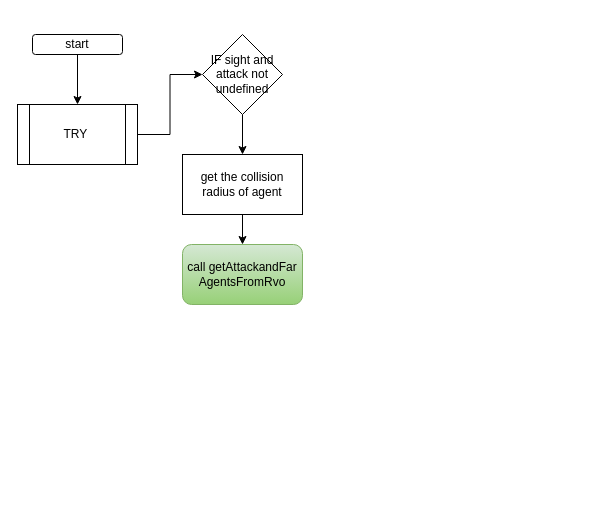
Earlier version of the draw.io diagram agentSearch/searchTarget.drawio (sivagit/diagrams). Source tidied: cells renumbered, new cells numbered last; positions are measured from the earlier drawing's top-left corner, leaving out a move shared by most shapes. Both pictures are drawn from the tidied source at 100%, with x=0, y=0 at pixel (17, 34).
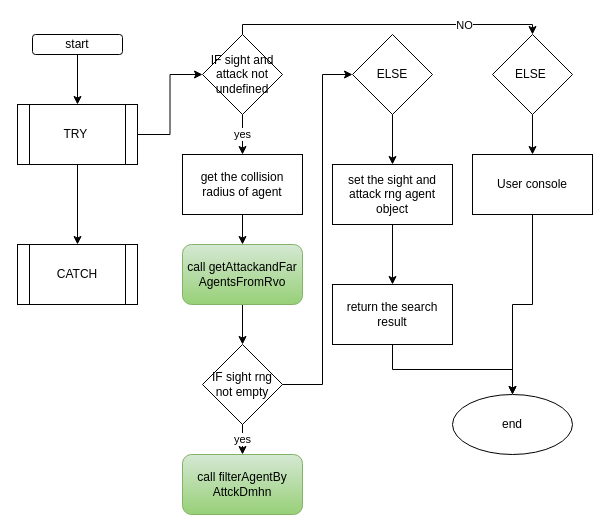
After the change.

The change refers to these unchanged cells:
```xml
<mxCell id="5" value="TRY&amp;nbsp;" style="shape=process;whiteSpace=wrap;html=1;backgroundOutline=1;" parent="1" vertex="1">
  <mxGeometry y="70" width="120" height="60" as="geometry" />
</mxCell>
<mxCell id="7" value="IF sight and attack not undefined" style="rhombus;whiteSpace=wrap;html=1;" parent="1" vertex="1">
  <mxGeometry x="185" width="80" height="80" as="geometry" />
</mxCell>
<mxCell id="9" value="get the collision radius of agent" style="whiteSpace=wrap;html=1;" parent="1" vertex="1">
  <mxGeometry x="165" y="120" width="120" height="60" as="geometry" />
</mxCell>
<mxCell id="10" value="call&amp;nbsp;getAttackandFar&lt;br&gt;AgentsFromRvo" style="rounded=1;whiteSpace=wrap;html=1;fillColor=#d5e8d4;gradientColor=#97d077;strokeColor=#82b366;" parent="1" vertex="1">
  <mxGeometry x="165" y="210" width="120" height="60" as="geometry" />
</mxCell>
```

Diff of the diagram source:
```diff
@@
+    <mxCell id="11" style="edgeStyle=orthogonalEdgeStyle;rounded=0;jettySize=auto;html=1;" parent="1" edge="1" source="5" target="30">
+      <mxGeometry relative="1" as="geometry" />
+    </mxCell>
@@
-    <mxCell id="6" style="edgeStyle=orthogonalEdgeStyle;rounded=0;jettySize=auto;html=1;" parent="1" edge="1" source="7" target="9">
+    <mxCell id="6" value="yes" style="edgeStyle=orthogonalEdgeStyle;rounded=0;jettySize=auto;html=1;" parent="1" edge="1" source="7" target="9">
       <mxGeometry relative="1" as="geometry" />
     </mxCell>
+    <mxCell id="12" style="edgeStyle=orthogonalEdgeStyle;rounded=0;jettySize=auto;html=1;" parent="1" edge="1" source="7" target="26">
+      <mxGeometry relative="1" as="geometry">
+        <Array as="points">
+          <mxPoint x="225" y="-10" />
+          <mxPoint x="515" y="-10" />
+        </Array>
+      </mxGeometry>
+    </mxCell>
+    <mxCell id="13" value="NO" style="edgeLabel;html=1;align=center;verticalAlign=middle;" parent="12" vertex="1">
+      <mxGeometry x="0.49" relative="1" as="geometry" />
+    </mxCell>
@@
+    <mxCell id="14" style="edgeStyle=orthogonalEdgeStyle;rounded=0;jettySize=auto;html=1;" parent="1" edge="1" source="10" target="17">
+      <mxGeometry relative="1" as="geometry" />
+    </mxCell>
@@
+    <mxCell id="15" value="yes" style="edgeStyle=orthogonalEdgeStyle;rounded=0;jettySize=auto;html=1;" parent="1" edge="1" source="17" target="18">
+      <mxGeometry relative="1" as="geometry" />
+    </mxCell>
+    <mxCell id="16" style="edgeStyle=orthogonalEdgeStyle;rounded=0;jettySize=auto;html=1;" parent="1" edge="1" source="17" target="20">
+      <mxGeometry relative="1" as="geometry">
+        <Array as="points">
+          <mxPoint x="305" y="350" />
+          <mxPoint x="305" y="40" />
+        </Array>
+      </mxGeometry>
+    </mxCell>
+    <mxCell id="17" value="IF sight rng not empty" style="rhombus;whiteSpace=wrap;html=1;" parent="1" vertex="1">
+      <mxGeometry x="185" y="310" width="80" height="80" as="geometry" />
+    </mxCell>
+    <mxCell id="18" value="call&amp;nbsp;filterAgentBy&lt;br&gt;AttckDmhn" style="rounded=1;whiteSpace=wrap;html=1;fillColor=#d5e8d4;gradientColor=#97d077;strokeColor=#82b366;" parent="1" vertex="1">
+      <mxGeometry x="165" y="420" width="120" height="60" as="geometry" />
+    </mxCell>
+    <mxCell id="19" style="edgeStyle=orthogonalEdgeStyle;rounded=0;jettySize=auto;html=1;" parent="1" edge="1" source="20" target="22">
+      <mxGeometry relative="1" as="geometry" />
+    </mxCell>
+    <mxCell id="20" value="ELSE" style="rhombus;whiteSpace=wrap;html=1;" parent="1" vertex="1">
+      <mxGeometry x="335" width="80" height="80" as="geometry" />
+    </mxCell>
+    <mxCell id="21" style="edgeStyle=orthogonalEdgeStyle;rounded=0;jettySize=auto;html=1;" parent="1" edge="1" source="22" target="24">
+      <mxGeometry relative="1" as="geometry" />
+    </mxCell>
+    <mxCell id="22" value="set the sight and attack rng agent object" style="whiteSpace=wrap;html=1;" parent="1" vertex="1">
+      <mxGeometry x="315" y="130" width="120" height="60" as="geometry" />
+    </mxCell>
+    <mxCell id="23" style="edgeStyle=orthogonalEdgeStyle;rounded=0;jettySize=auto;html=1;" parent="1" edge="1" source="24" target="29">
+      <mxGeometry relative="1" as="geometry" />
+    </mxCell>
+    <mxCell id="24" value="return the search result" style="whiteSpace=wrap;html=1;" parent="1" vertex="1">
+      <mxGeometry x="315" y="250" width="120" height="60" as="geometry" />
+    </mxCell>
+    <mxCell id="25" style="edgeStyle=orthogonalEdgeStyle;rounded=0;jettySize=auto;html=1;" parent="1" edge="1" source="26" target="28">
+      <mxGeometry relative="1" as="geometry" />
+    </mxCell>
+    <mxCell id="26" value="ELSE&amp;nbsp;" style="rhombus;whiteSpace=wrap;html=1;" parent="1" vertex="1">
+      <mxGeometry x="475" width="80" height="80" as="geometry" />
+    </mxCell>
+    <mxCell id="27" style="edgeStyle=orthogonalEdgeStyle;rounded=0;jettySize=auto;html=1;entryX=0.5;entryY=0;entryDx=0;entryDy=0;" parent="1" edge="1" source="28" target="29">
+      <mxGeometry relative="1" as="geometry" />
+    </mxCell>
+    <mxCell id="28" value="User console" style="whiteSpace=wrap;html=1;" parent="1" vertex="1">
+      <mxGeometry x="455" y="120" width="120" height="60" as="geometry" />
+    </mxCell>
+    <mxCell id="29" value="end" style="ellipse;whiteSpace=wrap;html=1;" parent="1" vertex="1">
+      <mxGeometry x="435" y="360" width="120" height="60" as="geometry" />
+    </mxCell>
+    <mxCell id="30" value="CATCH" style="shape=process;whiteSpace=wrap;html=1;backgroundOutline=1;" parent="1" vertex="1">
+      <mxGeometry y="210" width="120" height="60" as="geometry" />
+    </mxCell>
```
